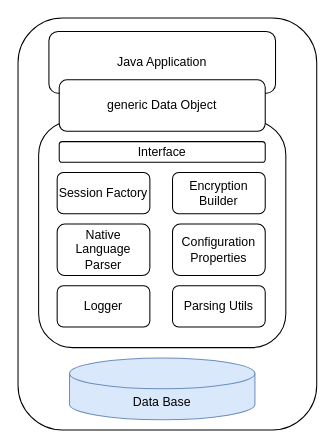
Before: page "Page-3" (3 of 3) of Untitled Diagram_datamanger.drawio in RamNull/System_Design, a draw.io diagram. Source tidied: cells renumbered, new cells numbered last; positions are measured from the earlier drawing's top-left corner, leaving out a move shared by most shapes. Both pictures are drawn from the tidied source at 103%, with x=0, y=0 at pixel (18, 18).
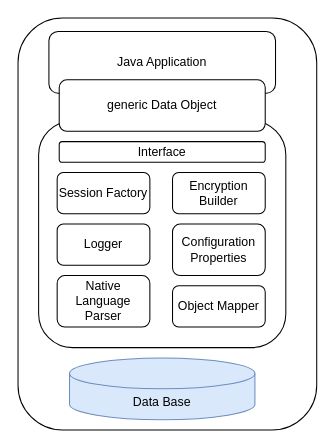
Above is the later version.

Change to the diagram source:
```diff
@@
 <mxGraphModel>
   <root>
     <mxCell id="0" />
     <mxCell id="1" parent="0" />
     <mxCell id="2" style="rounded=1;whiteSpace=wrap;html=1;" parent="1" vertex="1">
       <mxGeometry width="290" height="400" as="geometry" />
     </mxCell>
     <mxCell id="3" value="Java Application" style="rounded=1;whiteSpace=wrap;html=1;" parent="1" vertex="1">
       <mxGeometry x="30" y="13" width="220" height="60" as="geometry" />
     </mxCell>
     <mxCell id="4" style="rounded=1;whiteSpace=wrap;html=1;" parent="1" vertex="1">
       <mxGeometry x="20" y="100" width="240" height="220" as="geometry" />
     </mxCell>
     <mxCell id="5" value="generic Data Object" style="rounded=1;whiteSpace=wrap;html=1;" parent="1" vertex="1">
       <mxGeometry x="40" y="60" width="200" height="50" as="geometry" />
     </mxCell>
     <mxCell id="6" value="Data Base" style="shape=cylinder3;whiteSpace=wrap;html=1;boundedLbl=1;backgroundOutline=1;size=15;fillColor=#dae8fc;strokeColor=#6c8ebf;" parent="1" vertex="1">
       <mxGeometry x="50" y="330" width="180" height="60" as="geometry" />
     </mxCell>
     <mxCell id="7" value="Session Factory" style="rounded=1;whiteSpace=wrap;html=1;" parent="1" vertex="1">
       <mxGeometry x="38" y="150" width="90" height="40" as="geometry" />
     </mxCell>
     <mxCell id="8" value="Native Language Parser" style="rounded=1;whiteSpace=wrap;html=1;" parent="1" vertex="1">
-      <mxGeometry x="38" y="200" width="90" height="50" as="geometry" />
+      <mxGeometry x="38" y="250" width="90" height="50" as="geometry" />
     </mxCell>
     <mxCell id="9" value="Encryption Builder" style="rounded=1;whiteSpace=wrap;html=1;" parent="1" vertex="1">
       <mxGeometry x="150" y="150" width="90" height="40" as="geometry" />
     </mxCell>
     <mxCell id="10" value="Logger" style="rounded=1;whiteSpace=wrap;html=1;" parent="1" vertex="1">
-      <mxGeometry x="38" y="260" width="90" height="40" as="geometry" />
+      <mxGeometry x="38" y="200" width="90" height="40" as="geometry" />
     </mxCell>
-    <mxCell id="11" value="Parsing Utils" style="rounded=1;whiteSpace=wrap;html=1;" parent="1" vertex="1">
+    <mxCell id="11" value="Object Mapper" style="rounded=1;whiteSpace=wrap;html=1;" parent="1" vertex="1">
       <mxGeometry x="150" y="260" width="90" height="40" as="geometry" />
     </mxCell>
     <mxCell id="12" value="Configuration Properties" style="rounded=1;whiteSpace=wrap;html=1;" parent="1" vertex="1">
       <mxGeometry x="150" y="200" width="90" height="50" as="geometry" />
     </mxCell>
     <mxCell id="13" value="Interface" style="rounded=1;whiteSpace=wrap;html=1;" parent="1" vertex="1">
       <mxGeometry x="40" y="120" width="200" height="20" as="geometry" />
     </mxCell>
   </root>
 </mxGraphModel>
```
